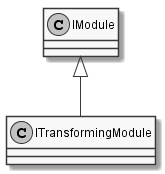
Before: documents/sd/resources/Classes/Common/Shared/Modules/ITransformingModule.png, a diagram exported from PlantUML (insightmind/MORR).
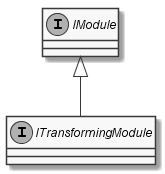
After the change.

The edit, as a diff of the source:
```diff
@@ -2,5 +2,8 @@
 skinparam monochrome true
 skinparam classAttributeIconSize 0
 
+interface IModule
+interface ITransformingModule
+
 IModule <|-- ITransformingModule
 @enduml
```
